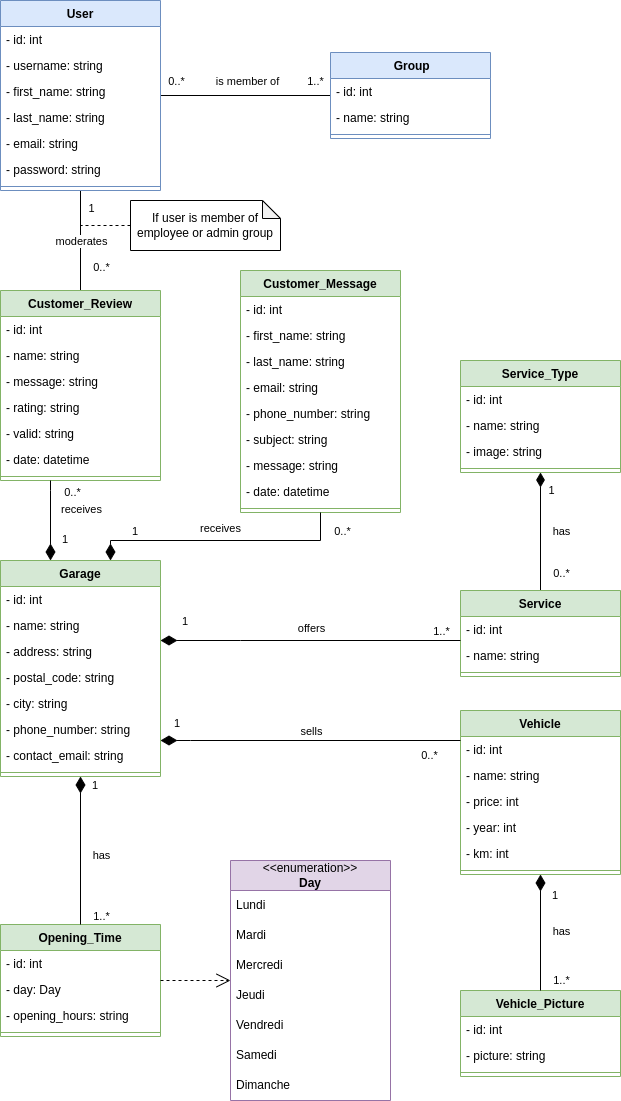
Above: diagramme_classe.drawio.png in floretcl/ECF-TP-DWWM-Garage-02-06-2023 (draw.io), before the change. Source tidied: cells renumbered, new cells last; positions are measured from the earlier drawing's top-left corner, leaving out a move shared by most shapes.
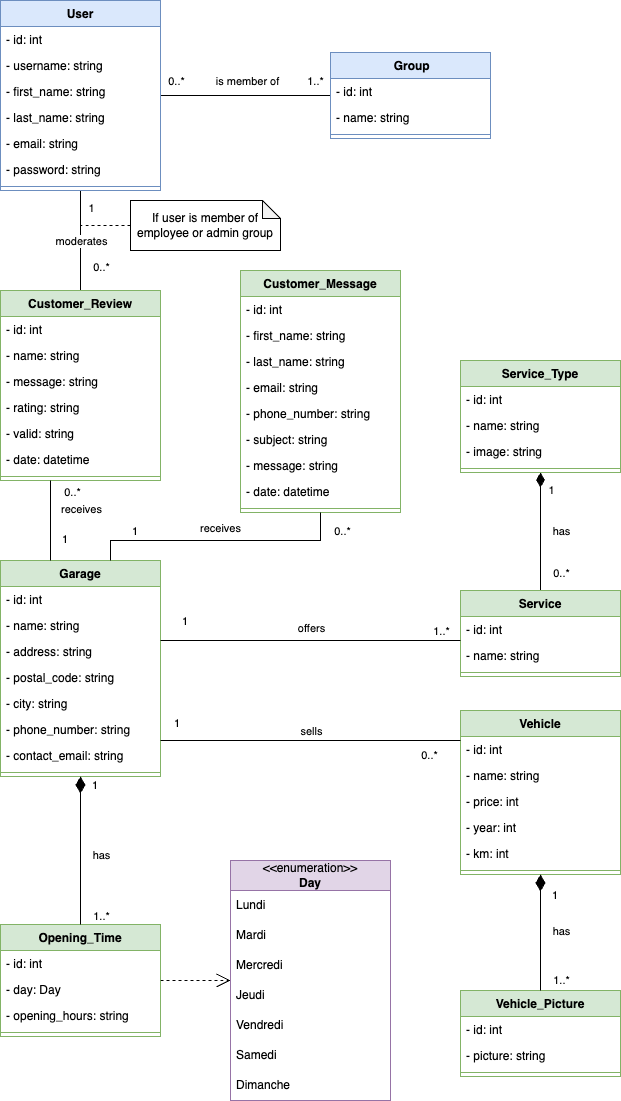
After the change.

Commit message:
fix on_delete rule in VehiclePicture model update diagrams

Diff of the diagram source:
```diff
@@ -248,7 +248,7 @@
     <mxCell id="77" style="line;strokeWidth=1;fillColor=none;align=left;verticalAlign=middle;spacingTop=-1;spacingLeft=3;spacingRight=3;labelPosition=right;strokeColor=inherit;" parent="74" vertex="1">
       <mxGeometry y="78" width="160" height="8" as="geometry" />
     </mxCell>
-    <mxCell id="78" value="1" style="endArrow=none;html=1;endSize=12;startArrow=diamondThin;startSize=14;startFill=1;edgeStyle=orthogonalEdgeStyle;align=left;verticalAlign=bottom;rounded=0;endFill=0;" parent="1" edge="1" source="45" target="58">
+    <mxCell id="78" value="1" style="endArrow=none;html=1;endSize=12;startArrow=none;startSize=14;startFill=0;edgeStyle=orthogonalEdgeStyle;align=left;verticalAlign=bottom;rounded=0;endFill=0;" parent="1" edge="1" source="45" target="58">
       <mxGeometry x="-0.87" y="10" relative="1" as="geometry">
         <Array as="points">
           <mxPoint x="240" y="640" />
@@ -266,7 +266,7 @@
         <mxPoint y="-12" as="offset" />
       </mxGeometry>
     </mxCell>
-    <mxCell id="81" value="1" style="endArrow=none;html=1;endSize=12;startArrow=diamondThin;startSize=14;startFill=1;edgeStyle=orthogonalEdgeStyle;align=left;verticalAlign=bottom;rounded=0;endFill=0;" parent="1" edge="1" source="45" target="67">
+    <mxCell id="81" value="1" style="endArrow=none;html=1;endSize=12;startArrow=none;startSize=14;startFill=0;edgeStyle=orthogonalEdgeStyle;align=left;verticalAlign=bottom;rounded=0;endFill=0;" parent="1" edge="1" source="45" target="67">
       <mxGeometry x="-0.92" y="8" relative="1" as="geometry">
         <Array as="points">
           <mxPoint x="190" y="740" />
@@ -342,7 +342,7 @@
         <mxPoint x="17" y="-2" as="offset" />
       </mxGeometry>
     </mxCell>
-    <mxCell id="99" value="1" style="endArrow=none;html=1;endSize=12;startArrow=diamondThin;startSize=14;startFill=1;edgeStyle=orthogonalEdgeStyle;align=left;verticalAlign=bottom;rounded=0;endFill=0;" parent="1" edge="1" source="45" target="30">
+    <mxCell id="99" value="1" style="endArrow=none;html=1;endSize=12;startArrow=none;startSize=14;startFill=0;edgeStyle=orthogonalEdgeStyle;align=left;verticalAlign=bottom;rounded=0;endFill=0;" parent="1" edge="1" source="45" target="30">
       <mxGeometry x="-0.69" relative="1" as="geometry">
         <Array as="points">
           <mxPoint x="110" y="540" />
@@ -360,7 +360,7 @@
         <mxPoint y="-12" as="offset" />
       </mxGeometry>
     </mxCell>
-    <mxCell id="102" value="1" style="endArrow=none;html=1;endSize=12;startArrow=diamondThin;startSize=14;startFill=1;edgeStyle=orthogonalEdgeStyle;align=left;verticalAlign=bottom;rounded=0;endFill=0;" parent="1" edge="1" source="45" target="22">
+    <mxCell id="102" value="1" style="endArrow=none;html=1;endSize=12;startArrow=none;startSize=14;startFill=0;edgeStyle=orthogonalEdgeStyle;align=left;verticalAlign=bottom;rounded=0;endFill=0;" parent="1" edge="1" source="45" target="22">
       <mxGeometry x="-0.71" y="-10" relative="1" as="geometry">
         <Array as="points">
           <mxPoint x="50" y="490" />
```
